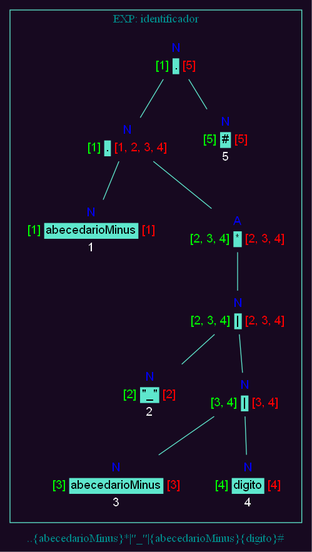
This is ExRegan1/REPORTES/ARBOLES_202100953/Arbol_EXP_identificador.png from Damaris-Muralles/OLC_ExRegan, a Graphviz export, as it was before one commit. Its source is kept beside it as ExRegan1/REPORTES/ARBOLES_202100953/Arbol_EXP_identificador.dot. The source it was exported from:
```dot
graph "" {

    fontcolor="cyan4"
    bgcolor="#170920"
    node [fontname="Helvetica,Arial,sans-serif", shape=none]

    label="..{abecedarioMinus}*|\"_\"|{abecedarioMinus}{digito}#"

    subgraph cluster01{
        color="#5ee7cd"
        label="EXP: identificador"
        n0 -- n1 [color="#5ee7cd"] ;
        n0 -- n9 [color="#5ee7cd"] ;
        n0 [label = <
                <table border="0">
                    <tr><td colspan="3"><font color="blue">N</font></td></tr>
                    <tr><td><font color="green">[1]</font></td>
                    <td bgcolor="#5ee7cd"><font color="black">.</font></td>
                    <td ><font color="red">[5]</font></td></tr>
                </table>
            > ] ;
        n1 -- n2 [color="#5ee7cd"] ;
        n1 -- n3 [color="#5ee7cd"] ;
        n1 [label = <
                <table border="0">
                    <tr><td colspan="3"><font color="blue">N</font></td></tr>
                    <tr><td><font color="green">[1]</font></td>
                    <td bgcolor="#5ee7cd"><font color="black">.</font></td>
                    <td ><font color="red">[1, 2, 3, 4]</font></td></tr>
                </table>
            > ] ;
        n2 [label = <
                <table border="0">
                    <tr><td colspan="3"><font color="blue">N</font></td></tr>
                    <tr><td><font color="green">[1]</font></td>
                    <td bgcolor="#5ee7cd"><font color="black">abecedarioMinus</font></td>
                    <td ><font color="red">[1]</font></td></tr>
                    <tr><td colspan="3"><font color="white">1</font></td></tr>
                </table>
            > ] ;        n3 -- n4 [color="#5ee7cd"] ;
        n3 [label = <
                <table border="0">
                    <tr><td colspan="3"><font color="blue">A</font></td></tr>
                    <tr><td><font color="green">[2, 3, 4]</font></td>
                    <td bgcolor="#5ee7cd"><font color="black">*</font></td>
                    <td ><font color="red">[2, 3, 4]</font></td></tr>
                </table>
            > ] ;
        n4 -- n5 [color="#5ee7cd"] ;
        n4 -- n6 [color="#5ee7cd"] ;
        n4 [label = <
                <table border="0">
                    <tr><td colspan="3"><font color="blue">N</font></td></tr>
                    <tr><td><font color="green">[2, 3, 4]</font></td>
                    <td bgcolor="#5ee7cd"><font color="black">|</font></td>
                    <td ><font color="red">[2, 3, 4]</font></td></tr>
                </table>
            > ] ;
        n5 [label = <
                <table border="0">
                    <tr><td colspan="3"><font color="blue">N</font></td></tr>
                    <tr><td><font color="green">[2]</font></td>
                    <td bgcolor="#5ee7cd"><font color="black">"_"</font></td>
                    <td ><font color="red">[2]</font></td></tr>
                    <tr><td colspan="3"><font color="white">2</font></td></tr>
                </table>
            > ] ;        n6 -- n7 [color="#5ee7cd"] ;
        n6 -- n8 [color="#5ee7cd"] ;
        n6 [label = <
                <table border="0">
                    <tr><td colspan="3"><font color="blue">N</font></td></tr>
                    <tr><td><font color="green">[3, 4]</font></td>
                    <td bgcolor="#5ee7cd"><font color="black">|</font></td>
                    <td ><font color="red">[3, 4]</font></td></tr>
                </table>
            > ] ;
        n7 [label = <
                <table border="0">
                    <tr><td colspan="3"><font color="blue">N</font></td></tr>
                    <tr><td><font color="green">[3]</font></td>
                    <td bgcolor="#5ee7cd"><font color="black">abecedarioMinus</font></td>
                    <td ><font color="red">[3]</font></td></tr>
                    <tr><td colspan="3"><font color="white">3</font></td></tr>
                </table>
            > ] ;        n8 [label = <
                <table border="0">
                    <tr><td colspan="3"><font color="blue">N</font></td></tr>
                    <tr><td><font color="green">[4]</font></td>
                    <td bgcolor="#5ee7cd"><font color="black">digito</font></td>
                    <td ><font color="red">[4]</font></td></tr>
                    <tr><td colspan="3"><font color="white">4</font></td></tr>
                </table>
            > ] ;        n9 [label = <
                <table border="0">
                    <tr><td colspan="3"><font color="blue">N</font></td></tr>
                    <tr><td><font color="green">[5]</font></td>
                    <td bgcolor="#5ee7cd"><font color="black">#</font></td>
                    <td ><font color="red">[5]</font></td></tr>
                    <tr><td colspan="3"><font color="white">5</font></td></tr>
                </table>
            > ] ;    }
}
```
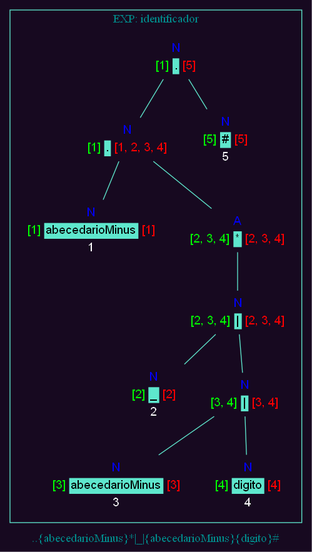
After the commit.

What changed in the source:
```diff
@@ -4,7 +4,7 @@
     bgcolor="#170920"
     node [fontname="Helvetica,Arial,sans-serif", shape=none]
 
-    label="..{abecedarioMinus}*|\"_\"|{abecedarioMinus}{digito}#"
+    label="..{abecedarioMinus}*|_|{abecedarioMinus}{digito}#"
 
     subgraph cluster01{
         color="#5ee7cd"
@@ -60,7 +60,7 @@
                 <table border="0">
                     <tr><td colspan="3"><font color="blue">N</font></td></tr>
                     <tr><td><font color="green">[2]</font></td>
-                    <td bgcolor="#5ee7cd"><font color="black">"_"</font></td>
+                    <td bgcolor="#5ee7cd"><font color="black">_</font></td>
                     <td ><font color="red">[2]</font></td></tr>
                     <tr><td colspan="3"><font color="white">2</font></td></tr>
                 </table>
```
